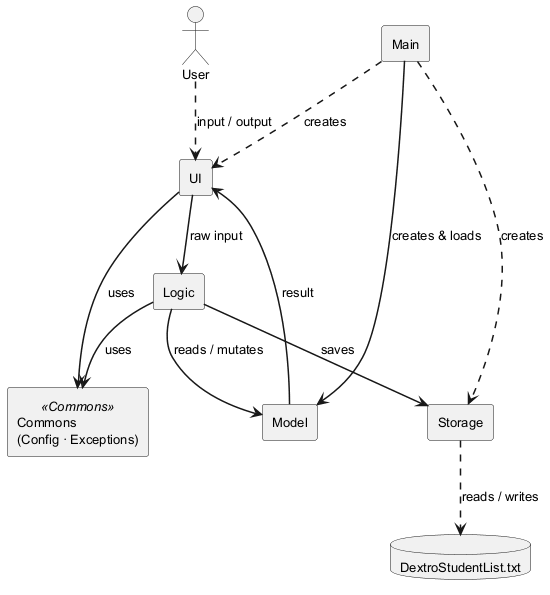
Above: docs/images/ArchitectureDiagram.png in denyh6/tp (PlantUML), before the change.
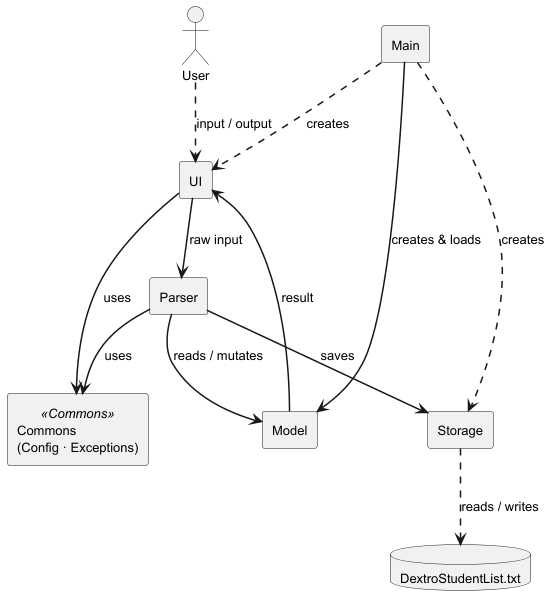
Above is the later version.

Commit message:
change logic back to parser in architecture diagram

Change to the diagram source:
```diff
@@ -14,9 +14,9 @@
 
 User      ..>  [UI]      : input / output
 
-[UI]      -->  [Logic]  : raw input
-[Logic]  -->  [Model]   : reads / mutates
-[Logic]  -->  [Storage] : saves
+[UI]      -->  [Parser]  : raw input
+[Parser]  -->  [Model]   : reads / mutates
+[Parser]  -->  [Storage] : saves
 [Model]   -->  [UI]      : result
 
 [Main]    ..>  [UI]      : creates
@@ -26,6 +26,6 @@
 [Storage] ..>  DataFile  : reads / writes
 
 [UI]      -->  Commons   : uses
-[Logic]  -->  Commons   : uses
+[Parser]  -->  Commons   : uses
 
 @enduml
```
